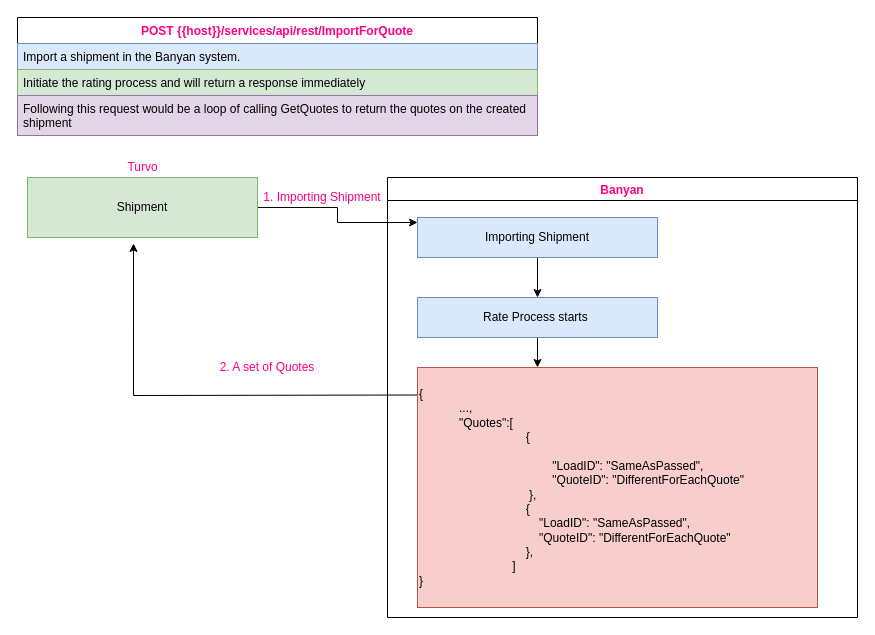
Earlier version of the draw.io diagram page "03. /services/api/rest/ImportForQuote_Sync" (3 of 4) of Rating.drawio (jatinbansalprogrammer/Banyan). Source tidied: cells renumbered, new cells numbered last; positions are measured from the earlier drawing's top-left corner, leaving out a move shared by most shapes. Both pictures are drawn from the tidied source at 100%, with x=0, y=0 at pixel (17, 17).
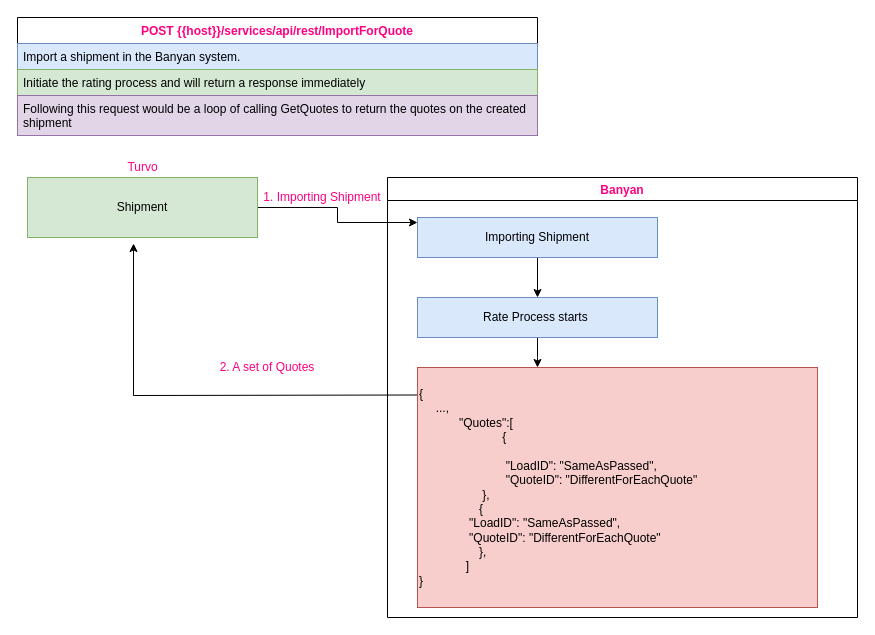
After the change.

What changed in the source:
```diff
@@
-    <mxCell id="17" value="{&lt;br&gt;&lt;span style=&quot;white-space: pre&quot;&gt;&#9;&lt;/span&gt;&amp;nbsp; &amp;nbsp; ...,&lt;br&gt;&lt;span&gt;&#9;&lt;/span&gt;&lt;blockquote style=&quot;margin: 0 0 0 40px ; border: none ; padding: 0px&quot;&gt;&quot;Quotes&quot;:[&lt;blockquote style=&quot;margin: 0 0 0 40px ; border: none ; padding: 0px&quot;&gt;&lt;span&gt;&lt;span style=&quot;white-space: pre&quot;&gt;&#9;&lt;/span&gt;{&lt;/span&gt;&lt;/blockquote&gt;&lt;blockquote style=&quot;margin: 0 0 0 40px ; border: none ; padding: 0px&quot;&gt;&lt;span&gt;&lt;br&gt;&lt;/span&gt;&lt;/blockquote&gt;&lt;blockquote style=&quot;margin: 0 0 0 40px ; border: none ; padding: 0px&quot;&gt;&lt;span style=&quot;white-space: pre&quot;&gt;&#9;&lt;/span&gt;&lt;span style=&quot;white-space: pre&quot;&gt;&#9;&lt;/span&gt;&quot;LoadID&quot;: &quot;SameAsPassed&quot;,&lt;/blockquote&gt;&lt;blockquote style=&quot;margin: 0 0 0 40px ; border: none ; padding: 0px&quot;&gt;&lt;span&gt;&lt;span style=&quot;white-space: pre&quot;&gt;&#9;&lt;/span&gt;&lt;span style=&quot;white-space: pre&quot;&gt;&#9;&lt;/span&gt;&quot;&lt;/span&gt;QuoteID&quot;: &quot;DifferentForEachQuote&quot;&lt;/blockquote&gt;&lt;span style=&quot;white-space: pre&quot;&gt;&#9;&lt;/span&gt;&lt;span style=&quot;white-space: pre&quot;&gt;&#9;&amp;nbsp;&lt;/span&gt;&amp;nbsp; &amp;nbsp; },&lt;br&gt;&lt;span style=&quot;white-space: pre&quot;&gt;&lt;span style=&quot;white-space: pre&quot;&gt;&#9;&lt;/span&gt;&lt;span style=&quot;white-space: pre&quot;&gt;&#9;&lt;/span&gt;    {&#9;&lt;br&gt;&lt;/span&gt;&lt;span style=&quot;white-space: pre&quot;&gt;&#9;&lt;/span&gt;&lt;span style=&quot;white-space: pre&quot;&gt;&#9;&lt;/span&gt;&lt;span style=&quot;white-space: pre&quot;&gt;&#9;&lt;/span&gt;&quot;LoadID&quot;: &quot;SameAsPassed&quot;,&lt;br&gt;&lt;span style=&quot;white-space: pre&quot;&gt;&#9;&lt;/span&gt;&lt;span style=&quot;white-space: pre&quot;&gt;&#9;&lt;span&gt;&#9;&lt;/span&gt;&quot;&lt;/span&gt;QuoteID&quot;: &quot;DifferentForEachQuote&quot;&lt;br&gt;&lt;span style=&quot;white-space: pre&quot;&gt;&#9;&lt;/span&gt;&lt;span style=&quot;white-space: pre&quot;&gt;&#9;&lt;/span&gt;&amp;nbsp; &amp;nbsp; },&lt;br&gt;&lt;span style=&quot;white-space: pre&quot;&gt;&#9;&lt;/span&gt;&lt;span style=&quot;white-space: pre&quot;&gt;&#9;&lt;/span&gt;]&lt;/blockquote&gt;}" style="rounded=0;whiteSpace=wrap;html=1;fillColor=#f8cecc;strokeColor=#b85450;align=left;" parent="1" vertex="1">
+    <mxCell id="17" value="{&lt;br&gt;&lt;span style=&quot;white-space: pre&quot;&gt; &lt;/span&gt;&amp;nbsp; &amp;nbsp; ...,&lt;br&gt;&lt;span&gt; &lt;/span&gt;&lt;blockquote style=&quot;margin: 0 0 0 40px ; border: none ; padding: 0px&quot;&gt;&quot;Quotes&quot;:[&lt;blockquote style=&quot;margin: 0 0 0 40px ; border: none ; padding: 0px&quot;&gt;&lt;span&gt;&lt;span style=&quot;white-space: pre&quot;&gt; &lt;/span&gt;{&lt;/span&gt;&lt;/blockquote&gt;&lt;blockquote style=&quot;margin: 0 0 0 40px ; border: none ; padding: 0px&quot;&gt;&lt;span&gt;&lt;br&gt;&lt;/span&gt;&lt;/blockquote&gt;&lt;blockquote style=&quot;margin: 0 0 0 40px ; border: none ; padding: 0px&quot;&gt;&lt;span style=&quot;white-space: pre&quot;&gt; &lt;/span&gt;&lt;span style=&quot;white-space: pre&quot;&gt; &lt;/span&gt;&quot;LoadID&quot;: &quot;SameAsPassed&quot;,&lt;/blockquote&gt;&lt;blockquote style=&quot;margin: 0 0 0 40px ; border: none ; padding: 0px&quot;&gt;&lt;span&gt;&lt;span style=&quot;white-space: pre&quot;&gt; &lt;/span&gt;&lt;span style=&quot;white-space: pre&quot;&gt; &lt;/span&gt;&quot;&lt;/span&gt;QuoteID&quot;: &quot;DifferentForEachQuote&quot;&lt;/blockquote&gt;&lt;span style=&quot;white-space: pre&quot;&gt; &lt;/span&gt;&lt;span style=&quot;white-space: pre&quot;&gt; &amp;nbsp;&lt;/span&gt;&amp;nbsp; &amp;nbsp; },&lt;br&gt;&lt;span style=&quot;white-space: pre&quot;&gt;&lt;span style=&quot;white-space: pre&quot;&gt; &lt;/span&gt;&lt;span style=&quot;white-space: pre&quot;&gt; &lt;/span&gt;    { &lt;br&gt;&lt;/span&gt;&lt;span style=&quot;white-space: pre&quot;&gt; &lt;/span&gt;&lt;span style=&quot;white-space: pre&quot;&gt; &lt;/span&gt;&lt;span style=&quot;white-space: pre&quot;&gt; &lt;/span&gt;&quot;LoadID&quot;: &quot;SameAsPassed&quot;,&lt;br&gt;&lt;span style=&quot;white-space: pre&quot;&gt; &lt;/span&gt;&lt;span style=&quot;white-space: pre&quot;&gt; &lt;span&gt; &lt;/span&gt;&quot;&lt;/span&gt;QuoteID&quot;: &quot;DifferentForEachQuote&quot;&lt;br&gt;&lt;span style=&quot;white-space: pre&quot;&gt; &lt;/span&gt;&lt;span style=&quot;white-space: pre&quot;&gt; &lt;/span&gt;&amp;nbsp; &amp;nbsp; },&lt;br&gt;&lt;span style=&quot;white-space: pre&quot;&gt; &lt;/span&gt;&lt;span style=&quot;white-space: pre&quot;&gt; &lt;/span&gt;]&lt;/blockquote&gt;}" style="rounded=0;whiteSpace=wrap;html=1;fillColor=#f8cecc;strokeColor=#b85450;align=left;" parent="1" vertex="1">
       <mxGeometry x="400" y="350" width="400" height="240" as="geometry" />
     </mxCell>
```
